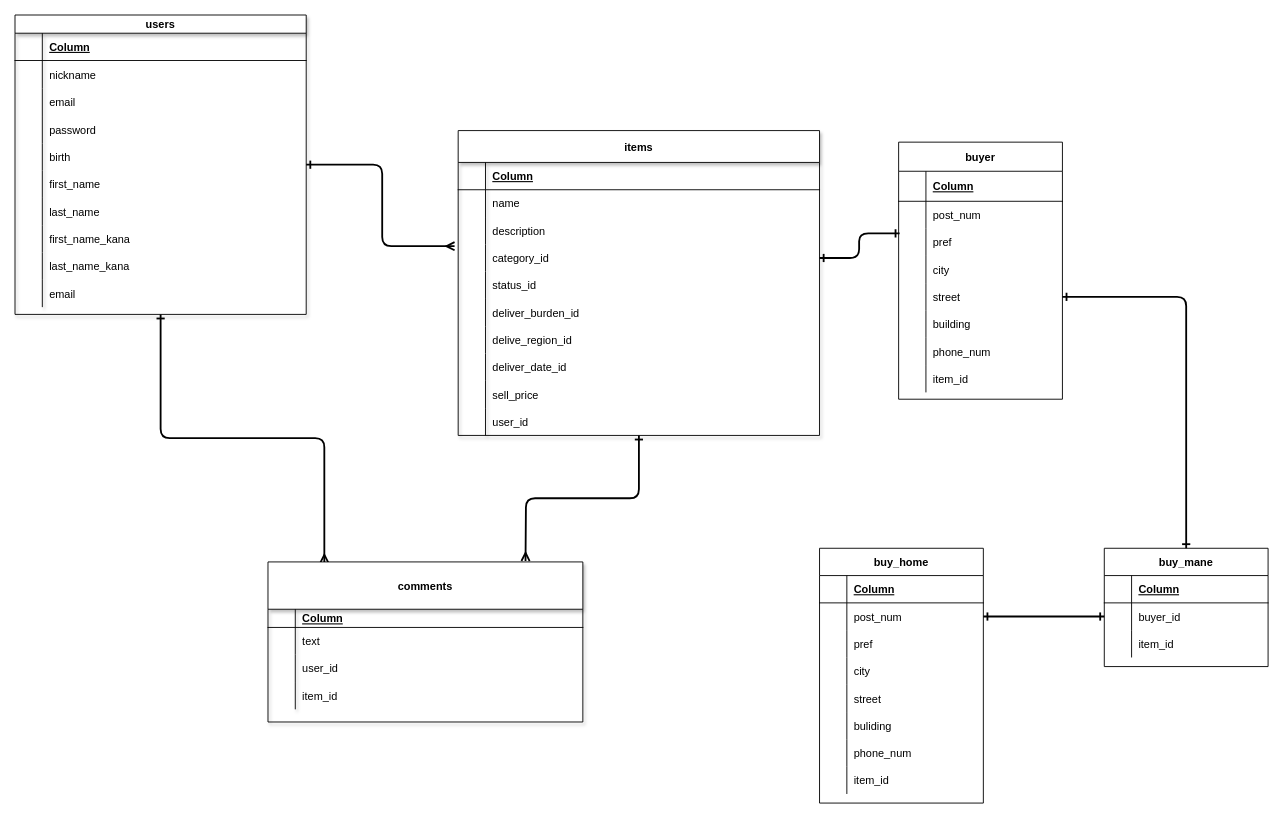
Masurun/furima-33915 keeps this draw.io diagram as furima.dio. Above is the earlier version. Source tidied: cells renumbered, new cells numbered last; positions are measured from the earlier drawing's top-left corner, leaving out a move shared by most shapes. Both pictures are drawn from the tidied source at 91%, with x=0, y=0 at pixel (15, 15).
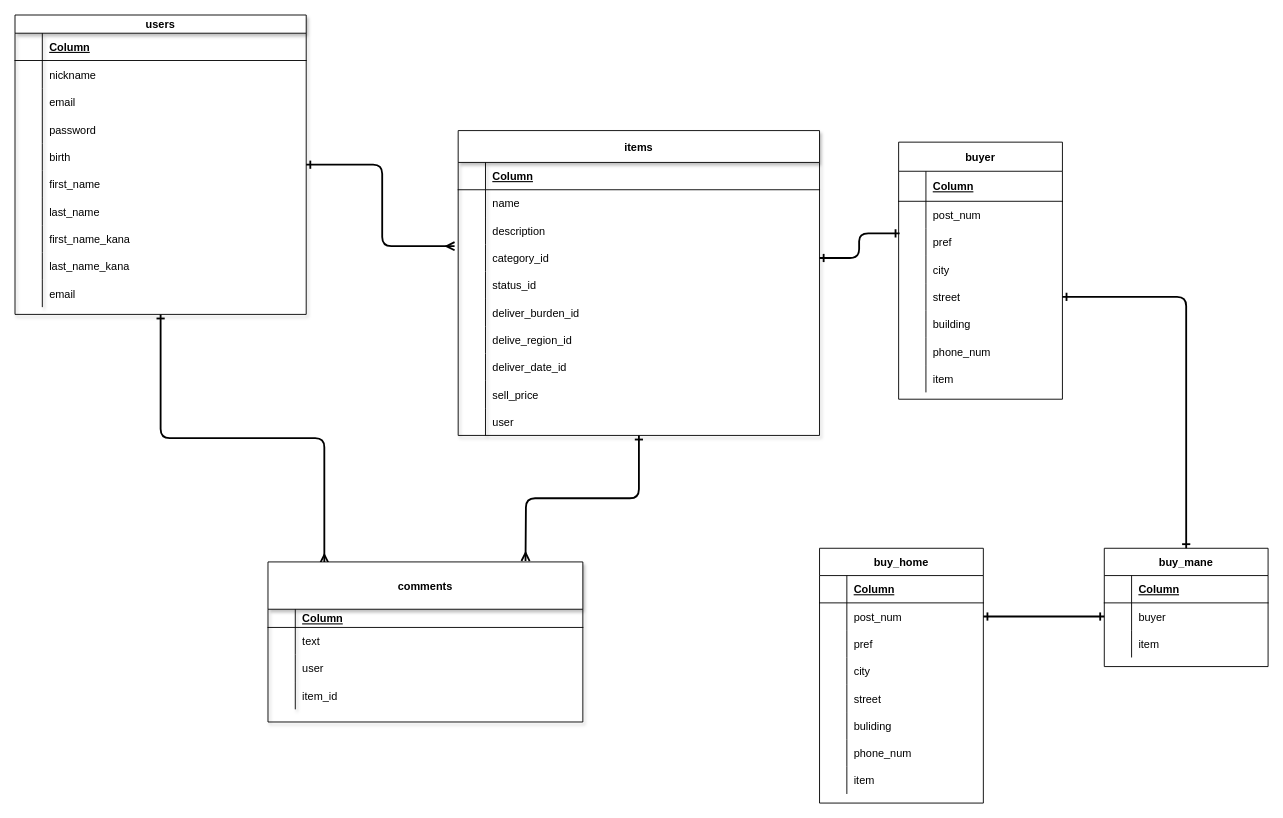
Above is the later version.

Commit message (it also covers changes not shown here):
ER図の修正、READMEの修正

The change refers to these unchanged cells:
```xml
<mxCell id="64" style="shape=partialRectangle;fillColor=none;top=0;left=0;bottom=0;right=0;" parent="36" vertex="1">
  <mxGeometry y="305" width="397.1" height="30" as="geometry" />
</mxCell>
<mxCell id="74" style="shape=partialRectangle;fillColor=none;top=0;left=0;bottom=0;right=0;points=[[0,0.5],[1,0.5]];portConstraint=eastwest;" parent="67" vertex="1">
  <mxGeometry y="102" width="346" height="30" as="geometry" />
</mxCell>
<mxCell id="103" style="shape=partialRectangle;fillColor=none;top=0;left=0;bottom=0;right=0;" parent="81" vertex="1">
  <mxGeometry y="245" width="180" height="30" as="geometry" />
</mxCell>
<mxCell id="129" style="shape=partialRectangle;fillColor=none;top=0;left=0;bottom=0;right=0;" parent="107" vertex="1">
  <mxGeometry y="240" width="180" height="30" as="geometry" />
</mxCell>
<mxCell id="136" style="shape=partialRectangle;fillColor=none;top=0;left=0;bottom=0;right=0;points=[[0,0.5],[1,0.5]];portConstraint=eastwest;" parent="132" vertex="1">
  <mxGeometry y="60" width="180" height="30" as="geometry" />
</mxCell>
<mxCell id="139" style="shape=partialRectangle;fillColor=none;top=0;left=0;bottom=0;right=0;" parent="132" vertex="1">
  <mxGeometry y="90" width="180" height="30" as="geometry" />
</mxCell>
```

Diff of the diagram source:
```diff
@@
-    <mxCell id="66" value="user_id" style="shape=partialRectangle;fillColor=none;top=0;left=0;bottom=0;right=0;align=left;spacingLeft=6;overflow=hidden;verticalAlign=middle;" parent="64" vertex="1">
+    <mxCell id="66" value="user" style="shape=partialRectangle;fillColor=none;top=0;left=0;bottom=0;right=0;align=left;spacingLeft=6;overflow=hidden;verticalAlign=middle;" parent="64" vertex="1">
       <mxGeometry x="30" width="367.1" height="30" as="geometry" />
     </mxCell>
@@
-    <mxCell id="76" value="user_id" style="shape=partialRectangle;fillColor=none;top=0;left=0;bottom=0;right=0;align=left;spacingLeft=6;overflow=hidden;verticalAlign=middle;" parent="74" vertex="1">
+    <mxCell id="76" value="user" style="shape=partialRectangle;fillColor=none;top=0;left=0;bottom=0;right=0;align=left;spacingLeft=6;overflow=hidden;verticalAlign=middle;" parent="74" vertex="1">
       <mxGeometry x="30" width="316" height="30" as="geometry" />
     </mxCell>
@@
-    <mxCell id="105" value="item_id" style="shape=partialRectangle;fillColor=none;top=0;left=0;bottom=0;right=0;align=left;spacingLeft=6;overflow=hidden;" parent="103" vertex="1">
+    <mxCell id="105" value="item" style="shape=partialRectangle;fillColor=none;top=0;left=0;bottom=0;right=0;align=left;spacingLeft=6;overflow=hidden;" parent="103" vertex="1">
       <mxGeometry x="30" width="150" height="30" as="geometry" />
     </mxCell>
@@
-    <mxCell id="131" value="item_id" style="shape=partialRectangle;fillColor=none;top=0;left=0;bottom=0;right=0;align=left;spacingLeft=6;overflow=hidden;" parent="129" vertex="1">
+    <mxCell id="131" value="item" style="shape=partialRectangle;fillColor=none;top=0;left=0;bottom=0;right=0;align=left;spacingLeft=6;overflow=hidden;" parent="129" vertex="1">
       <mxGeometry x="30" width="150" height="30" as="geometry" />
     </mxCell>
@@
-    <mxCell id="138" value="buyer_id" style="shape=partialRectangle;fillColor=none;top=0;left=0;bottom=0;right=0;align=left;spacingLeft=6;overflow=hidden;" parent="136" vertex="1">
+    <mxCell id="138" value="buyer" style="shape=partialRectangle;fillColor=none;top=0;left=0;bottom=0;right=0;align=left;spacingLeft=6;overflow=hidden;" parent="136" vertex="1">
       <mxGeometry x="30" width="150" height="30" as="geometry" />
     </mxCell>
@@
-    <mxCell id="141" value="item_id" style="shape=partialRectangle;fillColor=none;top=0;left=0;bottom=0;right=0;align=left;spacingLeft=6;overflow=hidden;" parent="139" vertex="1">
+    <mxCell id="141" value="item" style="shape=partialRectangle;fillColor=none;top=0;left=0;bottom=0;right=0;align=left;spacingLeft=6;overflow=hidden;" parent="139" vertex="1">
       <mxGeometry x="30" width="150" height="30" as="geometry" />
     </mxCell>
```
